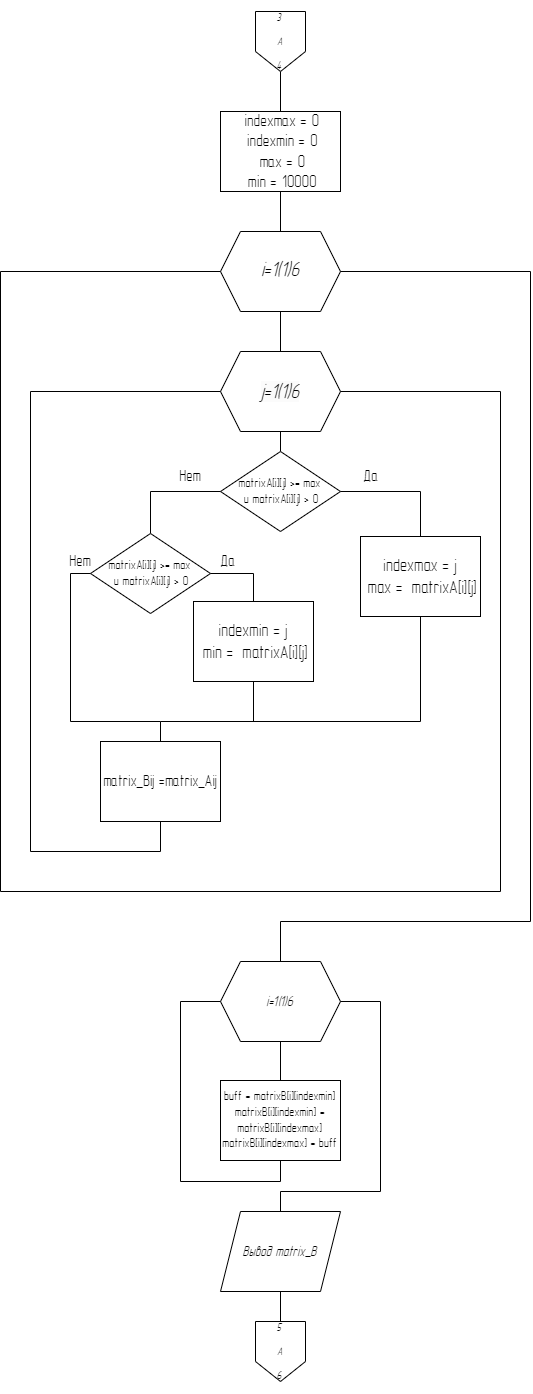
The draw.io diagram DZ_VP2.png in KirillBaboshko/dzvp1, before a commit. Source tidied: cells renumbered, new cells last; positions are measured from the earlier drawing's top-left corner, leaving out a move shared by most shapes.
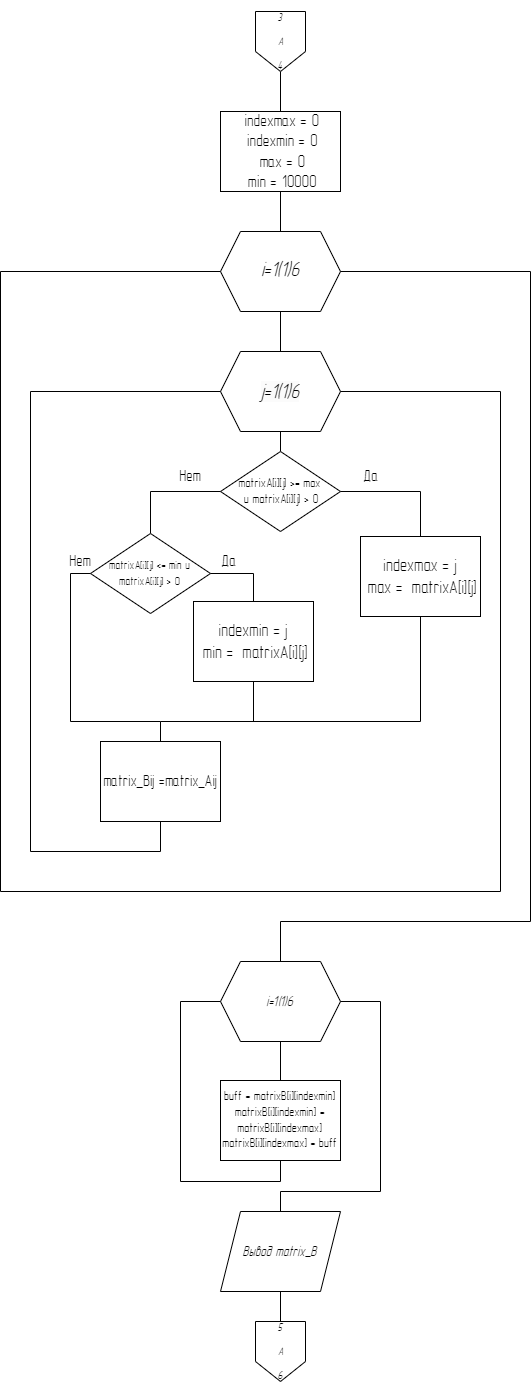
After the change.

The edit, as a diff of the source:
```diff
@@ -124,7 +124,7 @@
     <mxCell id="27" value="&lt;font style=&quot;font-size: 16px;&quot; face=&quot;GOST Type A&quot;&gt;Нет&lt;/font&gt;" style="text;html=1;strokeColor=none;fillColor=none;align=center;verticalAlign=middle;whiteSpace=wrap;rounded=0;" parent="1" vertex="1">
       <mxGeometry x="160" y="450" width="60" height="30" as="geometry" />
     </mxCell>
-    <mxCell id="28" value="&lt;font style=&quot;font-size: 13px;&quot; face=&quot;GOST Type A&quot;&gt;matrixA[i][j] &amp;gt;= max&lt;br&gt;&amp;nbsp;и matrixA[i][j] &amp;gt; 0&lt;/font&gt;" style="rhombus;whiteSpace=wrap;html=1;" parent="1" vertex="1">
+    <mxCell id="28" value="&lt;font face=&quot;GOST Type A&quot;&gt;matrixA[i][j] &amp;lt;= min и matrixA[i][j] &amp;gt; 0&lt;/font&gt;" style="rhombus;whiteSpace=wrap;html=1;" parent="1" vertex="1">
       <mxGeometry x="90" y="522" width="120" height="80" as="geometry" />
     </mxCell>
     <mxCell id="29" style="endArrow=none;html=1;rounded=0;entryX=1;entryY=0.5;entryDx=0;entryDy=0;exitX=0.5;exitY=0;exitDx=0;exitDy=0;" parent="1" edge="1" source="33" target="28">
```
